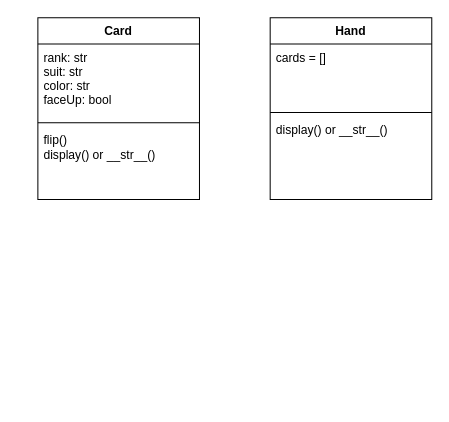
The draw.io diagram Term 3/Blackjack/BlackjackDiagram.drawio in Mr360spectrum/Python-CLC, before the edit. Source tidied: cells renumbered, new cells numbered last; positions are measured from the earlier drawing's top-left corner, leaving out a move shared by most shapes. Both pictures are drawn from the tidied source at 101%, with x=0, y=0 at pixel (37, 17).
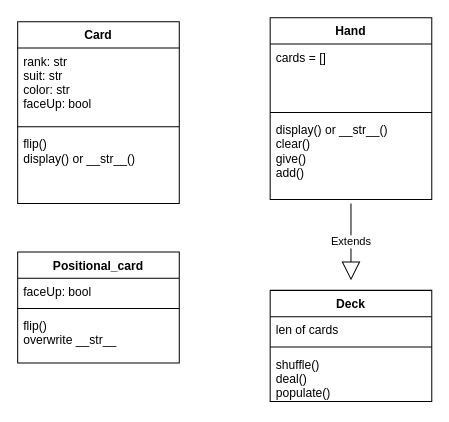
The same diagram, later.

Change to the diagram source:
```diff
@@
 <mxGraphModel>
   <root>
     <mxCell id="0" />
     <mxCell id="1" parent="0" />
     <mxCell id="2" value="Card" style="swimlane;fontStyle=1;align=center;verticalAlign=top;horizontal=1;startSize=26;" parent="1" vertex="1">
-      <mxGeometry width="160" height="180" as="geometry" />
+      <mxGeometry x="-20" y="4" width="160" height="180" as="geometry" />
     </mxCell>
     <mxCell id="3" value="rank: str&#10;suit: str&#10;color: str&#10;faceUp: bool" style="text;strokeColor=none;fillColor=none;align=left;verticalAlign=top;spacingLeft=4;spacingRight=4;overflow=hidden;" parent="2" vertex="1">
       <mxGeometry y="26" width="160" height="74" as="geometry" />
     </mxCell>
     <mxCell id="4" style="line;strokeWidth=1;fillColor=none;align=left;verticalAlign=middle;spacingTop=-1;spacingLeft=3;spacingRight=3;labelPosition=right;" parent="2" vertex="1">
       <mxGeometry y="100" width="160" height="8" as="geometry" />
     </mxCell>
     <mxCell id="5" value="flip()&#10;display() or __str__()&#10;" style="text;strokeColor=none;fillColor=none;align=left;verticalAlign=top;spacingLeft=4;spacingRight=4;overflow=hidden;" parent="2" vertex="1">
       <mxGeometry y="108" width="160" height="72" as="geometry" />
     </mxCell>
     <mxCell id="6" value="Hand" style="swimlane;fontStyle=1;align=center;verticalAlign=top;horizontal=1;startSize=26;" parent="1" vertex="1">
       <mxGeometry x="230" width="160" height="180" as="geometry" />
     </mxCell>
     <mxCell id="7" value="cards = []&#10;" style="text;strokeColor=none;fillColor=none;align=left;verticalAlign=top;spacingLeft=4;spacingRight=4;overflow=hidden;" parent="6" vertex="1">
       <mxGeometry y="26" width="160" height="64" as="geometry" />
     </mxCell>
     <mxCell id="8" style="line;strokeWidth=1;fillColor=none;align=left;verticalAlign=middle;spacingTop=-1;spacingLeft=3;spacingRight=3;labelPosition=right;" parent="6" vertex="1">
       <mxGeometry y="90" width="160" height="8" as="geometry" />
     </mxCell>
-    <mxCell id="9" value="display() or __str__()" style="text;strokeColor=none;fillColor=none;align=left;verticalAlign=top;spacingLeft=4;spacingRight=4;overflow=hidden;" parent="6" vertex="1">
+    <mxCell id="9" value="display() or __str__()&#10;clear()&#10;give()&#10;add()" style="text;strokeColor=none;fillColor=none;align=left;verticalAlign=top;spacingLeft=4;spacingRight=4;overflow=hidden;" parent="6" vertex="1">
       <mxGeometry y="98" width="160" height="82" as="geometry" />
     </mxCell>
+    <mxCell id="10" value="Deck" style="swimlane;fontStyle=1;align=center;verticalAlign=top;horizontal=1;startSize=26;" parent="1" vertex="1">
+      <mxGeometry x="230" y="270" width="160" height="110" as="geometry" />
+    </mxCell>
+    <mxCell id="11" value="len of cards" style="text;strokeColor=none;fillColor=none;align=left;verticalAlign=top;spacingLeft=4;spacingRight=4;overflow=hidden;" parent="10" vertex="1">
+      <mxGeometry y="26" width="160" height="26" as="geometry" />
+    </mxCell>
+    <mxCell id="12" style="line;strokeWidth=1;fillColor=none;align=left;verticalAlign=middle;spacingTop=-1;spacingLeft=3;spacingRight=3;labelPosition=right;" parent="10" vertex="1">
+      <mxGeometry y="52" width="160" height="8" as="geometry" />
+    </mxCell>
+    <mxCell id="13" value="shuffle()&#10;deal()&#10;populate()" style="text;strokeColor=none;fillColor=none;align=left;verticalAlign=top;spacingLeft=4;spacingRight=4;overflow=hidden;" parent="10" vertex="1">
+      <mxGeometry y="60" width="160" height="50" as="geometry" />
+    </mxCell>
+    <mxCell id="14" value="Extends" style="endArrow=block;endSize=16;endFill=0;html=1;" parent="1" edge="1">
+      <mxGeometry relative="1" as="geometry">
+        <mxPoint x="310" y="184" as="sourcePoint" />
+        <mxPoint x="310" y="260" as="targetPoint" />
+      </mxGeometry>
+    </mxCell>
+    <mxCell id="15" value="Positional_card" style="swimlane;fontStyle=1;align=center;verticalAlign=top;horizontal=1;startSize=26;" parent="1" vertex="1">
+      <mxGeometry x="-20" y="232" width="160" height="110" as="geometry" />
+    </mxCell>
+    <mxCell id="16" value="faceUp: bool" style="text;strokeColor=none;fillColor=none;align=left;verticalAlign=top;spacingLeft=4;spacingRight=4;overflow=hidden;" parent="15" vertex="1">
+      <mxGeometry y="26" width="160" height="26" as="geometry" />
+    </mxCell>
+    <mxCell id="17" style="line;strokeWidth=1;fillColor=none;align=left;verticalAlign=middle;spacingTop=-1;spacingLeft=3;spacingRight=3;labelPosition=right;" parent="15" vertex="1">
+      <mxGeometry y="52" width="160" height="8" as="geometry" />
+    </mxCell>
+    <mxCell id="18" value="flip()&#10;overwrite __str__&#10;" style="text;strokeColor=none;fillColor=none;align=left;verticalAlign=top;spacingLeft=4;spacingRight=4;overflow=hidden;" parent="15" vertex="1">
+      <mxGeometry y="60" width="160" height="50" as="geometry" />
+    </mxCell>
   </root>
 </mxGraphModel>
```
